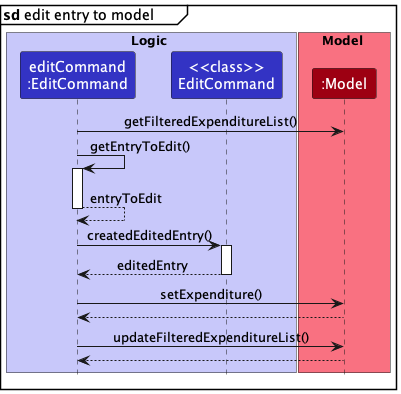
The PlantUML diagram docs/images/EditEntrySequenceDiagram.png in nus-cs2103-AY2223S1/tp, before a commit.
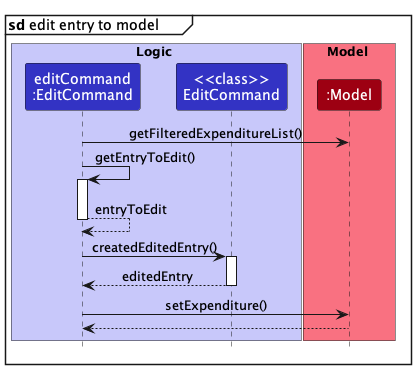
Above is the later version.

Diff of the diagram source:
```diff
@@ -26,6 +26,4 @@
 EditCommand -> Model : setExpenditure()
 Model --> EditCommand
 
-EditCommand -> Model : updateFilteredExpenditureList()
-Model --> EditCommand
 @enduml
```
